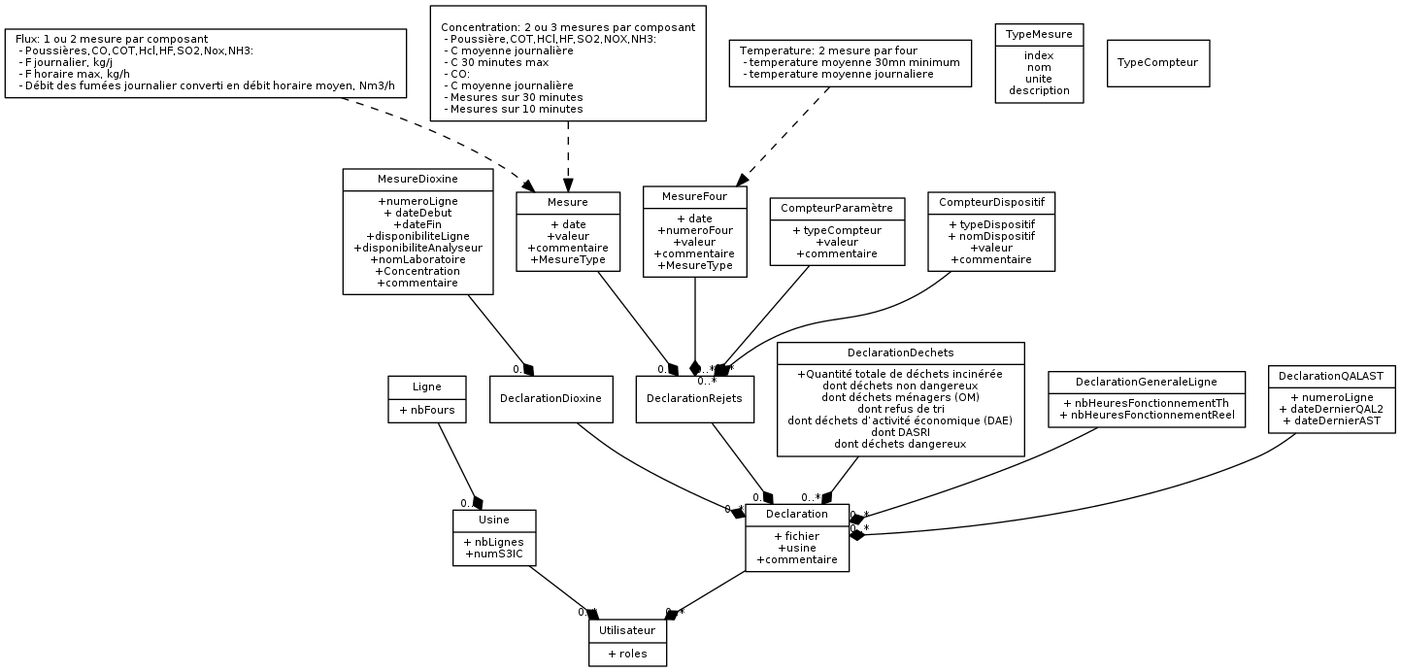
Above: documentation/domain.png in MTES-MCT/aeris (Graphviz), before the change. Its source is kept beside it as documentation/domain.dot.
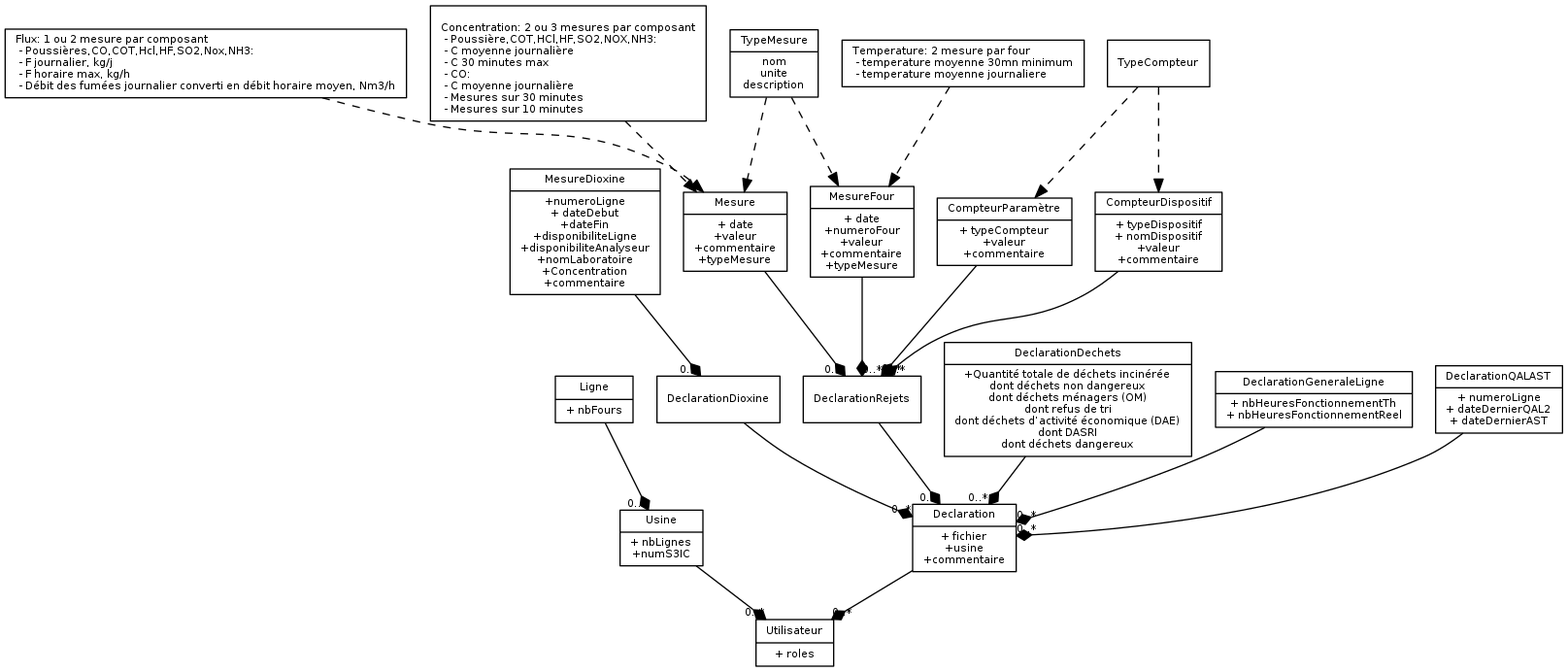
After the change.

Commit message:
finialized current documentation on model

What changed in the source:
```diff
@@ -30,9 +30,9 @@
         DeclarationGeneraleLigne [label = "{DeclarationGeneraleLigne|+ nbHeuresFonctionnementTh\n+ nbHeuresFonctionnementReel}"]
         DeclarationQALAST [label = "{DeclarationQALAST|+ numeroLigne\n+ dateDernierQAL2\n+ dateDernierAST}"]
 
-        TypeMesure [label = "{TypeMesure|index\nnom\nunite\ndescription}"]
-        Mesure [label = "{Mesure|+ date\n+valeur\n+commentaire\n+MesureType}"]
-        MesureFour [label = "{MesureFour|+ date\n+numeroFour\n+valeur\n+commentaire\n+MesureType}"]
+        TypeMesure [label = "{TypeMesure|nom\nunite\ndescription}"]
+        Mesure [label = "{Mesure|+ date\n+valeur\n+commentaire\n+typeMesure}"]
+        MesureFour [label = "{MesureFour|+ date\n+numeroFour\n+valeur\n+commentaire\n+typeMesure}"]
 
         MesureDioxine [label = "{MesureDioxine|+numeroLigne\n+ dateDebut\n+dateFin\n+disponibiliteLigne\n+disponibiliteAnalyseur\n+nomLaboratoire\n+Concentration\n+commentaire\n}"]
 
@@ -71,6 +71,11 @@
         NoteMesureConcentration -> Mesure
         NoteTemperature -> MesureFour
 
+        TypeMesure -> MesureFour
+        TypeMesure -> Mesure
+        TypeCompteur -> CompteurDispositif
+        TypeCompteur -> CompteurParamètre
+
         edge [
                 arrowhead = "diamond"
                 headlabel = "0..*"
```
